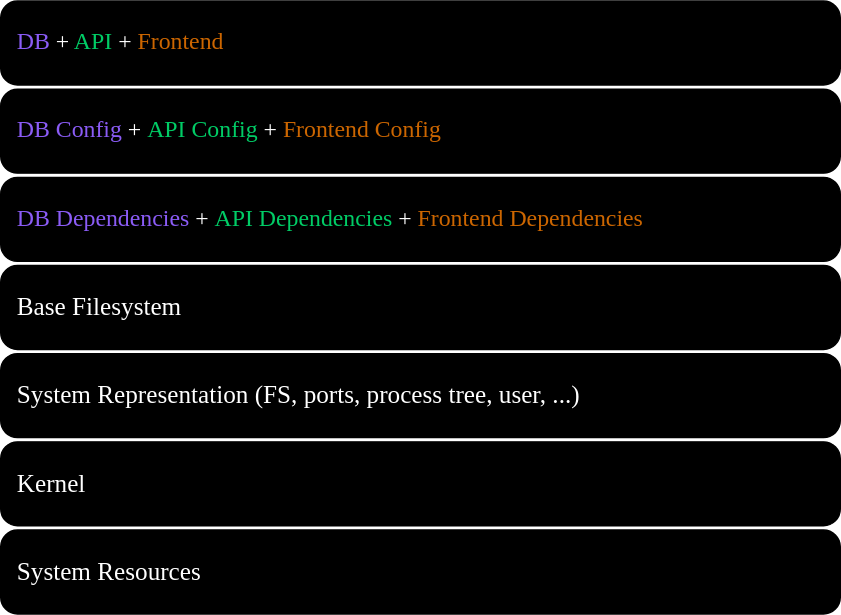
Above: presentation/assets/images/02_virtualization_vs_containerization/pre-container.svg in Gepardec/containerization-training (draw.io), before the change. Source tidied: cells renumbered, new cells last; positions are measured from the earlier drawing's top-left corner, leaving out a move shared by most shapes. Its diagram source:
```xml
<mxGraphModel>
  <root>
    <mxCell id="0" />
    <mxCell id="1" parent="0" />
    <mxCell id="2" value="&lt;font style=&quot;color: rgb(139, 92, 246);&quot;&gt;DB&lt;/font&gt; &lt;font style=&quot;color: rgb(255, 255, 255);&quot;&gt;+&lt;/font&gt; &lt;font color=&quot;#00cc66&quot;&gt;API&lt;/font&gt; &lt;font style=&quot;color: rgb(255, 255, 255);&quot;&gt;+&lt;/font&gt;&amp;nbsp;&lt;span style=&quot;color: rgb(204, 102, 0);&quot;&gt;Frontend&lt;/span&gt;" style="rounded=1;whiteSpace=wrap;html=1;arcSize=20;fontSize=17;align=left;perimeterSpacing=0;spacingLeft=10;fillColor=#000000;fontFamily=Verdana;glass=0;shadow=0;" parent="1" vertex="1">
      <mxGeometry width="600" height="60" as="geometry" />
    </mxCell>
    <mxCell id="3" value="&lt;font style=&quot;color: rgb(139, 92, 246);&quot;&gt;DB Config&lt;/font&gt;&lt;span&gt;&amp;nbsp;&lt;font style=&quot;color: rgb(255, 255, 255);&quot;&gt;+&amp;nbsp;&lt;/font&gt;&lt;/span&gt;&lt;font color=&quot;#00cc66&quot;&gt;API Config&lt;/font&gt;&lt;span&gt;&amp;nbsp;&lt;font style=&quot;color: rgb(255, 255, 255);&quot;&gt;+&lt;/font&gt;&amp;nbsp;&lt;/span&gt;&lt;font color=&quot;#cc6600&quot;&gt;Frontend Config&lt;/font&gt;" style="rounded=1;whiteSpace=wrap;html=1;arcSize=20;fontSize=17;align=left;perimeterSpacing=0;spacingLeft=10;fillColor=#000000;fontFamily=Verdana;" parent="1" vertex="1">
      <mxGeometry y="63" width="600" height="60" as="geometry" />
    </mxCell>
    <mxCell id="4" value="&lt;font style=&quot;color: rgb(139, 92, 246);&quot;&gt;DB Dependencies&lt;/font&gt;&lt;span&gt;&amp;nbsp;&lt;font style=&quot;color: rgb(255, 255, 255);&quot;&gt;+&lt;/font&gt;&amp;nbsp;&lt;/span&gt;&lt;font color=&quot;#00cc66&quot;&gt;API Dependencies&lt;/font&gt;&lt;span&gt;&amp;nbsp;&lt;font style=&quot;color: rgb(255, 255, 255);&quot;&gt;+&lt;/font&gt;&amp;nbsp;&lt;/span&gt;&lt;font color=&quot;#cc6600&quot;&gt;Frontend Dependencies&lt;/font&gt;" style="rounded=1;whiteSpace=wrap;html=1;arcSize=20;fontSize=17;align=left;perimeterSpacing=0;spacingLeft=10;fillColor=#000000;fontFamily=Verdana;" parent="1" vertex="1">
      <mxGeometry y="126" width="600" height="60" as="geometry" />
    </mxCell>
    <mxCell id="5" value="Base Filesystem" style="rounded=1;whiteSpace=wrap;html=1;arcSize=20;fontSize=18;align=left;perimeterSpacing=0;spacingLeft=10;fillColor=#000000;fontColor=#FFFFFF;fontFamily=Verdana;" parent="1" vertex="1">
      <mxGeometry y="189" width="600" height="60" as="geometry" />
    </mxCell>
    <mxCell id="6" value="System Representation (FS, ports, process tree, user, ...)" style="rounded=1;whiteSpace=wrap;html=1;arcSize=20;fontSize=18;align=left;perimeterSpacing=0;spacingLeft=10;fillColor=#000000;fontColor=#FFFFFF;fontFamily=Verdana;" parent="1" vertex="1">
      <mxGeometry y="252" width="600" height="60" as="geometry" />
    </mxCell>
    <mxCell id="7" value="Kernel" style="rounded=1;whiteSpace=wrap;html=1;arcSize=20;fontSize=18;align=left;perimeterSpacing=0;spacingLeft=10;fillColor=#000000;fontColor=#FFFFFF;fontFamily=Verdana;" parent="1" vertex="1">
      <mxGeometry y="315" width="600" height="60" as="geometry" />
    </mxCell>
    <mxCell id="8" value="System Resources" style="rounded=1;whiteSpace=wrap;html=1;arcSize=20;fontSize=18;align=left;perimeterSpacing=0;spacingLeft=10;fillColor=#000000;fontColor=#FFFFFF;fontFamily=Verdana;" parent="1" vertex="1">
      <mxGeometry y="378" width="600" height="60" as="geometry" />
    </mxCell>
  </root>
</mxGraphModel>
```
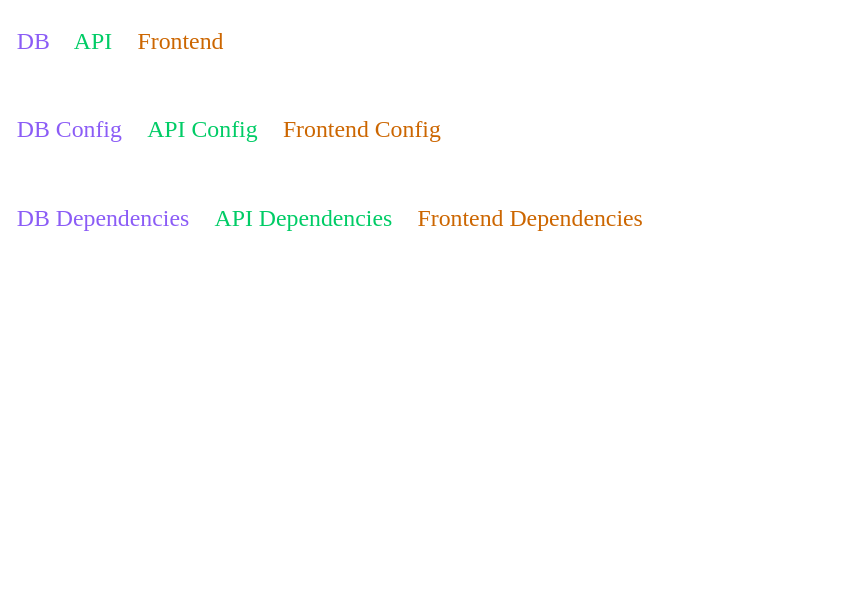
The same file after the commit.

Change to the diagram source:
```diff
@@ -2,25 +2,25 @@
   <root>
     <mxCell id="0" />
     <mxCell id="1" parent="0" />
-    <mxCell id="2" value="&lt;font style=&quot;color: rgb(139, 92, 246);&quot;&gt;DB&lt;/font&gt; &lt;font style=&quot;color: rgb(255, 255, 255);&quot;&gt;+&lt;/font&gt; &lt;font color=&quot;#00cc66&quot;&gt;API&lt;/font&gt; &lt;font style=&quot;color: rgb(255, 255, 255);&quot;&gt;+&lt;/font&gt;&amp;nbsp;&lt;span style=&quot;color: rgb(204, 102, 0);&quot;&gt;Frontend&lt;/span&gt;" style="rounded=1;whiteSpace=wrap;html=1;arcSize=20;fontSize=17;align=left;perimeterSpacing=0;spacingLeft=10;fillColor=#000000;fontFamily=Verdana;glass=0;shadow=0;" parent="1" vertex="1">
+    <mxCell id="2" value="&lt;font style=&quot;color: rgb(139, 92, 246);&quot;&gt;DB&lt;/font&gt; &lt;font style=&quot;color: rgb(255, 255, 255);&quot;&gt;+&lt;/font&gt; &lt;font color=&quot;#00cc66&quot;&gt;API&lt;/font&gt; &lt;font style=&quot;color: rgb(255, 255, 255);&quot;&gt;+&lt;/font&gt;&amp;nbsp;&lt;span style=&quot;color: rgb(204, 102, 0);&quot;&gt;Frontend&lt;/span&gt;" style="rounded=1;whiteSpace=wrap;html=1;arcSize=20;fontSize=17;align=left;perimeterSpacing=0;spacingLeft=10;fillColor=none;fontFamily=Verdana;glass=0;shadow=0;strokeColor=#FFFFFF;" parent="1" vertex="1">
       <mxGeometry width="600" height="60" as="geometry" />
     </mxCell>
-    <mxCell id="3" value="&lt;font style=&quot;color: rgb(139, 92, 246);&quot;&gt;DB Config&lt;/font&gt;&lt;span&gt;&amp;nbsp;&lt;font style=&quot;color: rgb(255, 255, 255);&quot;&gt;+&amp;nbsp;&lt;/font&gt;&lt;/span&gt;&lt;font color=&quot;#00cc66&quot;&gt;API Config&lt;/font&gt;&lt;span&gt;&amp;nbsp;&lt;font style=&quot;color: rgb(255, 255, 255);&quot;&gt;+&lt;/font&gt;&amp;nbsp;&lt;/span&gt;&lt;font color=&quot;#cc6600&quot;&gt;Frontend Config&lt;/font&gt;" style="rounded=1;whiteSpace=wrap;html=1;arcSize=20;fontSize=17;align=left;perimeterSpacing=0;spacingLeft=10;fillColor=#000000;fontFamily=Verdana;" parent="1" vertex="1">
+    <mxCell id="3" value="&lt;font style=&quot;color: rgb(139, 92, 246);&quot;&gt;DB Config&lt;/font&gt;&lt;span&gt;&amp;nbsp;&lt;font style=&quot;color: rgb(255, 255, 255);&quot;&gt;+&amp;nbsp;&lt;/font&gt;&lt;/span&gt;&lt;font color=&quot;#00cc66&quot;&gt;API Config&lt;/font&gt;&lt;span&gt;&amp;nbsp;&lt;font style=&quot;color: rgb(255, 255, 255);&quot;&gt;+&lt;/font&gt;&amp;nbsp;&lt;/span&gt;&lt;font color=&quot;#cc6600&quot;&gt;Frontend Config&lt;/font&gt;" style="rounded=1;whiteSpace=wrap;html=1;arcSize=20;fontSize=17;align=left;perimeterSpacing=0;spacingLeft=10;fillColor=none;fontFamily=Verdana;strokeColor=#FFFFFF;" parent="1" vertex="1">
       <mxGeometry y="63" width="600" height="60" as="geometry" />
     </mxCell>
-    <mxCell id="4" value="&lt;font style=&quot;color: rgb(139, 92, 246);&quot;&gt;DB Dependencies&lt;/font&gt;&lt;span&gt;&amp;nbsp;&lt;font style=&quot;color: rgb(255, 255, 255);&quot;&gt;+&lt;/font&gt;&amp;nbsp;&lt;/span&gt;&lt;font color=&quot;#00cc66&quot;&gt;API Dependencies&lt;/font&gt;&lt;span&gt;&amp;nbsp;&lt;font style=&quot;color: rgb(255, 255, 255);&quot;&gt;+&lt;/font&gt;&amp;nbsp;&lt;/span&gt;&lt;font color=&quot;#cc6600&quot;&gt;Frontend Dependencies&lt;/font&gt;" style="rounded=1;whiteSpace=wrap;html=1;arcSize=20;fontSize=17;align=left;perimeterSpacing=0;spacingLeft=10;fillColor=#000000;fontFamily=Verdana;" parent="1" vertex="1">
+    <mxCell id="4" value="&lt;font style=&quot;color: rgb(139, 92, 246);&quot;&gt;DB Dependencies&lt;/font&gt;&lt;span&gt;&amp;nbsp;&lt;font style=&quot;color: rgb(255, 255, 255);&quot;&gt;+&lt;/font&gt;&amp;nbsp;&lt;/span&gt;&lt;font color=&quot;#00cc66&quot;&gt;API Dependencies&lt;/font&gt;&lt;span&gt;&amp;nbsp;&lt;font style=&quot;color: rgb(255, 255, 255);&quot;&gt;+&lt;/font&gt;&amp;nbsp;&lt;/span&gt;&lt;font color=&quot;#cc6600&quot;&gt;Frontend Dependencies&lt;/font&gt;" style="rounded=1;whiteSpace=wrap;html=1;arcSize=20;fontSize=17;align=left;perimeterSpacing=0;spacingLeft=10;fillColor=none;fontFamily=Verdana;strokeColor=#FFFFFF;" parent="1" vertex="1">
       <mxGeometry y="126" width="600" height="60" as="geometry" />
     </mxCell>
-    <mxCell id="5" value="Base Filesystem" style="rounded=1;whiteSpace=wrap;html=1;arcSize=20;fontSize=18;align=left;perimeterSpacing=0;spacingLeft=10;fillColor=#000000;fontColor=#FFFFFF;fontFamily=Verdana;" parent="1" vertex="1">
+    <mxCell id="5" value="Base Filesystem" style="rounded=1;whiteSpace=wrap;html=1;arcSize=20;fontSize=18;align=left;perimeterSpacing=0;spacingLeft=10;fillColor=none;fontColor=#FFFFFF;fontFamily=Verdana;strokeColor=#FFFFFF;" parent="1" vertex="1">
       <mxGeometry y="189" width="600" height="60" as="geometry" />
     </mxCell>
-    <mxCell id="6" value="System Representation (FS, ports, process tree, user, ...)" style="rounded=1;whiteSpace=wrap;html=1;arcSize=20;fontSize=18;align=left;perimeterSpacing=0;spacingLeft=10;fillColor=#000000;fontColor=#FFFFFF;fontFamily=Verdana;" parent="1" vertex="1">
+    <mxCell id="6" value="System Representation (FS, ports, process tree, user, ...)" style="rounded=1;whiteSpace=wrap;html=1;arcSize=20;fontSize=18;align=left;perimeterSpacing=0;spacingLeft=10;fillColor=none;fontColor=#FFFFFF;fontFamily=Verdana;strokeColor=#FFFFFF;" parent="1" vertex="1">
       <mxGeometry y="252" width="600" height="60" as="geometry" />
     </mxCell>
-    <mxCell id="7" value="Kernel" style="rounded=1;whiteSpace=wrap;html=1;arcSize=20;fontSize=18;align=left;perimeterSpacing=0;spacingLeft=10;fillColor=#000000;fontColor=#FFFFFF;fontFamily=Verdana;" parent="1" vertex="1">
+    <mxCell id="7" value="Kernel" style="rounded=1;whiteSpace=wrap;html=1;arcSize=20;fontSize=18;align=left;perimeterSpacing=0;spacingLeft=10;fillColor=none;fontColor=#FFFFFF;fontFamily=Verdana;strokeColor=#FFFFFF;" parent="1" vertex="1">
       <mxGeometry y="315" width="600" height="60" as="geometry" />
     </mxCell>
-    <mxCell id="8" value="System Resources" style="rounded=1;whiteSpace=wrap;html=1;arcSize=20;fontSize=18;align=left;perimeterSpacing=0;spacingLeft=10;fillColor=#000000;fontColor=#FFFFFF;fontFamily=Verdana;" parent="1" vertex="1">
+    <mxCell id="8" value="System Resources" style="rounded=1;whiteSpace=wrap;html=1;arcSize=20;fontSize=18;align=left;perimeterSpacing=0;spacingLeft=10;fillColor=none;fontColor=#FFFFFF;fontFamily=Verdana;strokeColor=#FFFFFF;" parent="1" vertex="1">
       <mxGeometry y="378" width="600" height="60" as="geometry" />
     </mxCell>
   </root>
```
